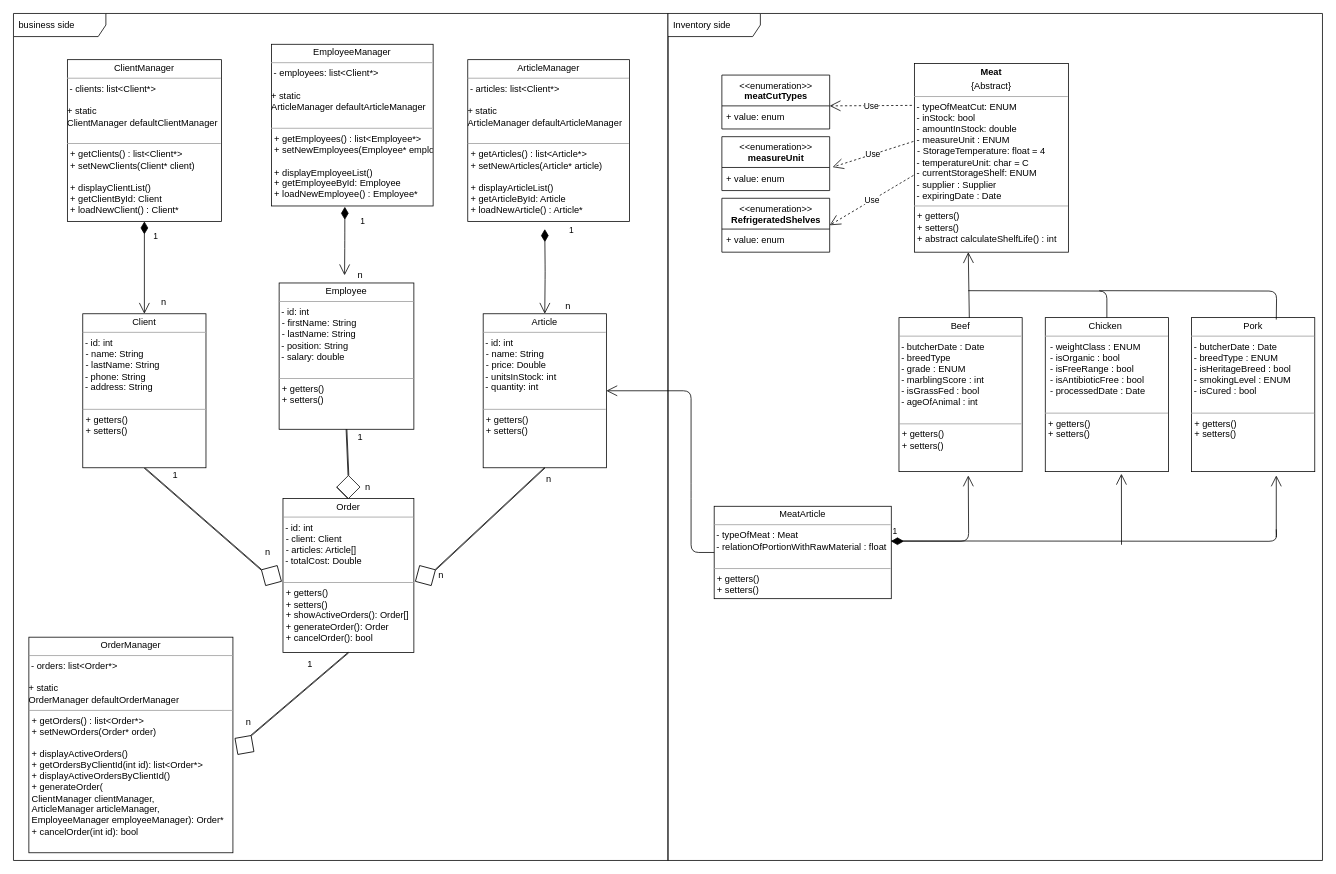
This is TrabajoFinal/app/resources/diagramaUML.drawio from Br1-O/AyED1, a draw.io file, before an edit. Source tidied: cells renumbered, new cells numbered last; positions are measured from the earlier drawing's top-left corner, leaving out a move shared by most shapes. Both pictures are drawn from the tidied source at 77%, with x=0, y=0 at pixel (13, 13).
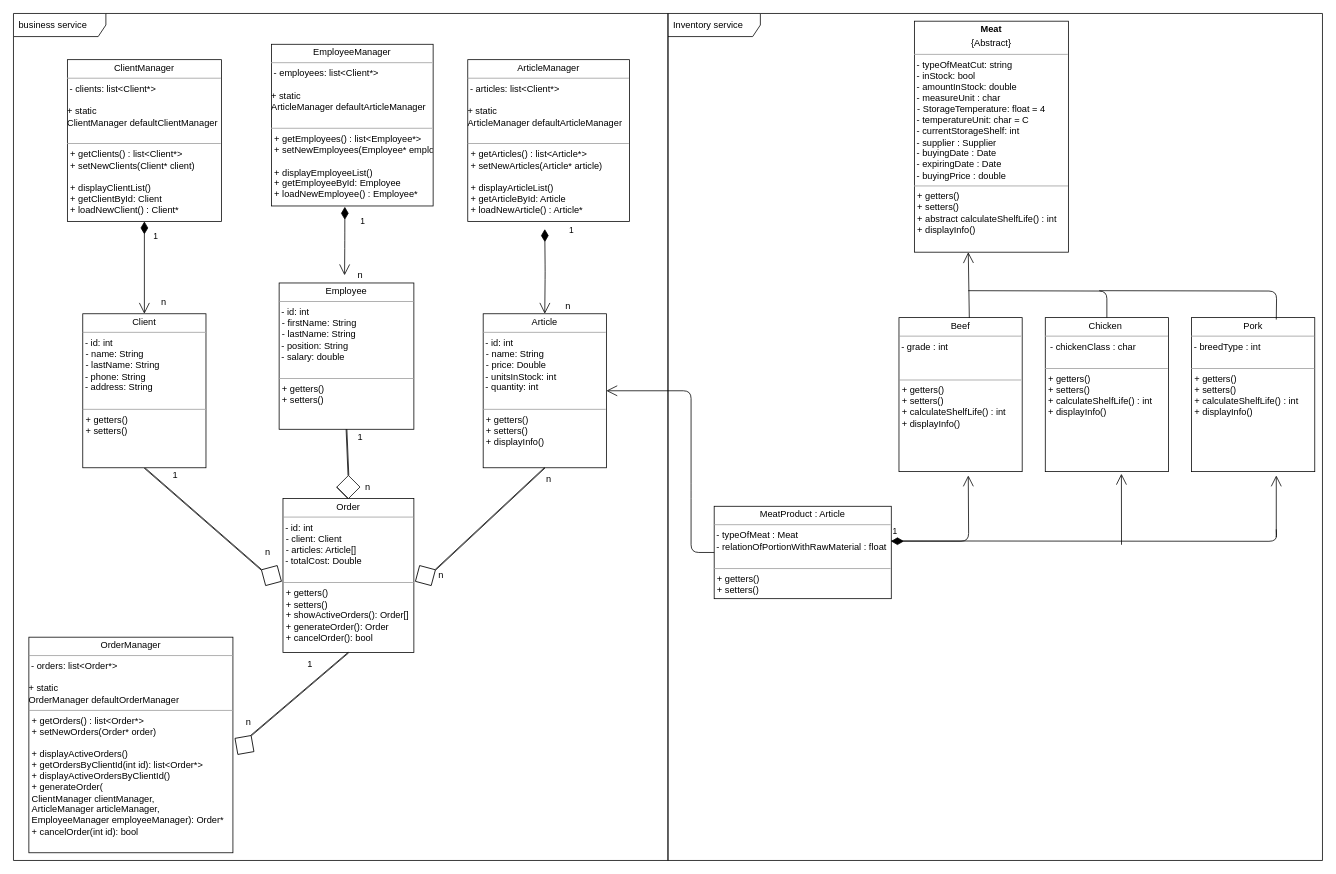
After the change.

Change to the diagram source:
```diff
@@
-    <mxCell id="4" value="&lt;p style=&quot;margin:0px;margin-top:4px;text-align:center;&quot;&gt;Article&lt;br&gt;&lt;/p&gt;&lt;hr size=&quot;1&quot;&gt;&amp;nbsp;- id: int&lt;p style=&quot;margin:0px;margin-left:4px;&quot;&gt;- name: String&lt;/p&gt;&lt;p style=&quot;margin:0px;margin-left:4px;&quot;&gt;- price: Double&lt;br&gt;&lt;/p&gt;&lt;div&gt;&amp;nbsp;- unitsInStock: int&lt;/div&gt;&lt;div&gt;&amp;nbsp;- quantity: int&lt;/div&gt;&lt;div&gt;&lt;br&gt;&lt;/div&gt;&lt;hr size=&quot;1&quot;&gt;&lt;p style=&quot;margin:0px;margin-left:4px;&quot;&gt;+ getters()&lt;/p&gt;&lt;p style=&quot;margin:0px;margin-left:4px;&quot;&gt;+ setters()&lt;/p&gt;" style="verticalAlign=top;align=left;overflow=fill;fontSize=12;fontFamily=Helvetica;html=1;" parent="1" vertex="1">
+    <mxCell id="4" value="&lt;p style=&quot;margin:0px;margin-top:4px;text-align:center;&quot;&gt;Article&lt;br&gt;&lt;/p&gt;&lt;hr size=&quot;1&quot;&gt;&amp;nbsp;- id: int&lt;p style=&quot;margin:0px;margin-left:4px;&quot;&gt;- name: String&lt;/p&gt;&lt;p style=&quot;margin:0px;margin-left:4px;&quot;&gt;- price: Double&lt;br&gt;&lt;/p&gt;&lt;div&gt;&amp;nbsp;- unitsInStock: int&lt;/div&gt;&lt;div&gt;&amp;nbsp;- quantity: int&lt;/div&gt;&lt;div&gt;&lt;br&gt;&lt;/div&gt;&lt;hr size=&quot;1&quot;&gt;&lt;p style=&quot;margin:0px;margin-left:4px;&quot;&gt;+ getters()&lt;/p&gt;&lt;p style=&quot;margin:0px;margin-left:4px;&quot;&gt;+ setters()&lt;/p&gt;&lt;p style=&quot;margin:0px;margin-left:4px;&quot;&gt;+ displayInfo()&lt;/p&gt;" style="verticalAlign=top;align=left;overflow=fill;fontSize=12;fontFamily=Helvetica;html=1;" parent="1" vertex="1">
       <mxGeometry x="610" y="390" width="160" height="200" as="geometry" />
     </mxCell>
@@
-    <mxCell id="34" value="&lt;p style=&quot;margin:0px;margin-top:4px;text-align:center;&quot;&gt;&lt;b&gt;Meat&lt;/b&gt;&lt;/p&gt;&lt;p style=&quot;margin:0px;margin-top:4px;text-align:center;&quot;&gt;{Abstract}&lt;/p&gt;&lt;hr size=&quot;1&quot;&gt;&amp;nbsp;&lt;span style=&quot;background-color: initial;&quot;&gt;- typeOfMeatCut: ENUM&lt;br&gt;&lt;/span&gt;&amp;nbsp;- inStock: bool&lt;br&gt;&amp;nbsp;- amountInStock: double&lt;br&gt;&amp;nbsp;- measureUnit : ENUM&lt;br&gt;&lt;p style=&quot;margin:0px;margin-left:4px;&quot;&gt;- StorageTemperature: float = 4&lt;br&gt;&lt;/p&gt;&lt;div&gt;&amp;nbsp;- temperatureUnit: char = C&lt;/div&gt;&lt;div&gt;&amp;nbsp;- currentStorageShelf: ENUM&lt;/div&gt;&lt;div&gt;&amp;nbsp;- supplier : Supplier&lt;/div&gt;&lt;div&gt;&lt;span style=&quot;background-color: initial;&quot;&gt;&amp;nbsp;- expiringDate : Date&lt;/span&gt;&lt;br&gt;&lt;/div&gt;&lt;hr size=&quot;1&quot;&gt;&lt;p style=&quot;margin:0px;margin-left:4px;&quot;&gt;+ getters()&lt;/p&gt;&lt;p style=&quot;margin:0px;margin-left:4px;&quot;&gt;+ setters()&lt;/p&gt;&lt;p style=&quot;margin:0px;margin-left:4px;&quot;&gt;+ abstract calculateShelfLife() : int&lt;/p&gt;" style="verticalAlign=top;align=left;overflow=fill;fontSize=12;fontFamily=Helvetica;html=1;" parent="1" vertex="1">
-      <mxGeometry x="1170" y="65" width="200" height="245" as="geometry" />
+    <mxCell id="34" value="&lt;p style=&quot;margin:0px;margin-top:4px;text-align:center;&quot;&gt;&lt;b&gt;Meat&lt;/b&gt;&lt;/p&gt;&lt;p style=&quot;margin:0px;margin-top:4px;text-align:center;&quot;&gt;{Abstract}&lt;/p&gt;&lt;hr size=&quot;1&quot;&gt;&amp;nbsp;&lt;span style=&quot;background-color: initial;&quot;&gt;- typeOfMeatCut: string&lt;br&gt;&lt;/span&gt;&amp;nbsp;- inStock: bool&lt;br&gt;&amp;nbsp;- amountInStock: double&lt;br&gt;&amp;nbsp;- measureUnit : char&lt;br&gt;&lt;p style=&quot;margin:0px;margin-left:4px;&quot;&gt;- StorageTemperature: float = 4&lt;br&gt;&lt;/p&gt;&lt;div&gt;&amp;nbsp;- temperatureUnit: char = C&lt;/div&gt;&lt;div&gt;&amp;nbsp;- currentStorageShelf: int&lt;/div&gt;&lt;div&gt;&amp;nbsp;- supplier : Supplier&lt;/div&gt;&lt;div&gt;&lt;div&gt;&lt;span style=&quot;background-color: initial;&quot;&gt;&amp;nbsp;- buyingDate : Date&lt;/span&gt;&lt;/div&gt;&lt;/div&gt;&lt;div&gt;&lt;span style=&quot;background-color: initial;&quot;&gt;&amp;nbsp;- expiringDate : Date&lt;/span&gt;&lt;br&gt;&lt;/div&gt;&lt;div&gt;&lt;span style=&quot;background-color: initial;&quot;&gt;&amp;nbsp;- buyingPrice : double&lt;/span&gt;&lt;/div&gt;&lt;hr size=&quot;1&quot;&gt;&lt;p style=&quot;margin:0px;margin-left:4px;&quot;&gt;+ getters()&lt;/p&gt;&lt;p style=&quot;margin:0px;margin-left:4px;&quot;&gt;+ setters()&lt;/p&gt;&lt;p style=&quot;margin:0px;margin-left:4px;&quot;&gt;+ abstract calculateShelfLife() : int&lt;/p&gt;&lt;p style=&quot;margin:0px;margin-left:4px;&quot;&gt;+ displayInfo()&lt;/p&gt;" style="verticalAlign=top;align=left;overflow=fill;fontSize=12;fontFamily=Helvetica;html=1;" parent="1" vertex="1">
+      <mxGeometry x="1170" y="10" width="200" height="300" as="geometry" />
     </mxCell>
-    <mxCell id="35" value="Use" style="endArrow=open;endSize=12;dashed=1;html=1;exitX=-0.016;exitY=0.222;exitDx=0;exitDy=0;exitPerimeter=0;" parent="1" edge="1" source="34">
-      <mxGeometry relative="1" as="geometry">
-        <mxPoint x="1060" y="120" as="targetPoint" />
-      </mxGeometry>
-    </mxCell>
-    <mxCell id="36" value="Use" style="endArrow=open;endSize=12;dashed=1;html=1;entryX=1;entryY=0.5;entryDx=0;entryDy=0;exitX=-0.006;exitY=0.593;exitDx=0;exitDy=0;exitPerimeter=0;" parent="1" edge="1" source="34" target="39">
-      <mxGeometry relative="1" as="geometry" />
-    </mxCell>
-    <mxCell id="37" value="&amp;lt;&amp;lt;enumeration&amp;gt;&amp;gt;&lt;br&gt;&lt;b&gt;meatCutTypes&lt;/b&gt;" style="swimlane;fontStyle=0;align=center;verticalAlign=top;horizontal=1;startSize=40;html=1;" parent="1" vertex="1">
-      <mxGeometry x="920" y="80" width="140" height="70" as="geometry" />
-    </mxCell>
-    <mxCell id="38" value="+ value: enum" style="text;html=1;strokeColor=none;fillColor=none;align=left;verticalAlign=middle;spacingLeft=4;spacingRight=4;overflow=hidden;" parent="37" vertex="1">
-      <mxGeometry y="40" width="140" height="30" as="geometry" />
-    </mxCell>
-    <mxCell id="39" value="&amp;lt;&amp;lt;enumeration&amp;gt;&amp;gt;&lt;br&gt;&lt;b&gt;RefrigeratedShelves&lt;/b&gt;" style="swimlane;fontStyle=0;align=center;verticalAlign=top;horizontal=1;startSize=40;html=1;" parent="1" vertex="1">
-      <mxGeometry x="920" y="240" width="140" height="70" as="geometry" />
-    </mxCell>
-    <mxCell id="40" value="+ value: enum" style="text;html=1;strokeColor=none;fillColor=none;align=left;verticalAlign=middle;spacingLeft=4;spacingRight=4;overflow=hidden;" parent="39" vertex="1">
-      <mxGeometry y="40" width="140" height="30" as="geometry" />
-    </mxCell>
-    <mxCell id="41" value="&lt;p style=&quot;margin:0px;margin-top:4px;text-align:center;&quot;&gt;MeatArticle&lt;br&gt;&lt;/p&gt;&lt;hr size=&quot;1&quot;&gt;&amp;nbsp;- typeOfMeat : Meat&lt;br&gt;&amp;nbsp;- relationOfPortionWithRawMaterial : float&lt;br&gt;&lt;div&gt;&lt;br&gt;&lt;/div&gt;&lt;hr size=&quot;1&quot;&gt;&lt;p style=&quot;margin:0px;margin-left:4px;&quot;&gt;+ getters()&lt;/p&gt;&lt;p style=&quot;margin:0px;margin-left:4px;&quot;&gt;+ setters()&lt;/p&gt;" style="verticalAlign=top;align=left;overflow=fill;fontSize=12;fontFamily=Helvetica;html=1;" parent="1" vertex="1">
+    <mxCell id="41" value="&lt;p style=&quot;margin:0px;margin-top:4px;text-align:center;&quot;&gt;MeatProduct : Article&lt;br&gt;&lt;/p&gt;&lt;hr size=&quot;1&quot;&gt;&amp;nbsp;- typeOfMeat : Meat&lt;br&gt;&amp;nbsp;- relationOfPortionWithRawMaterial : float&lt;br&gt;&lt;div&gt;&lt;br&gt;&lt;/div&gt;&lt;hr size=&quot;1&quot;&gt;&lt;p style=&quot;margin:0px;margin-left:4px;&quot;&gt;+ getters()&lt;/p&gt;&lt;p style=&quot;margin:0px;margin-left:4px;&quot;&gt;+ setters()&lt;/p&gt;" style="verticalAlign=top;align=left;overflow=fill;fontSize=12;fontFamily=Helvetica;html=1;" parent="1" vertex="1">
       <mxGeometry x="910" y="640" width="230" height="120" as="geometry" />
     </mxCell>
-    <mxCell id="42" value="&lt;p style=&quot;margin:0px;margin-top:4px;text-align:center;&quot;&gt;Chicken&amp;nbsp;&lt;br&gt;&lt;/p&gt;&lt;hr size=&quot;1&quot;&gt;&amp;nbsp; - weightClass : ENUM&lt;br&gt;&amp;nbsp; - isOrganic : bool&lt;br&gt;&amp;nbsp; - isFreeRange : bool&lt;br&gt;&amp;nbsp; - isAntibioticFree : bool&lt;br&gt;&amp;nbsp; - processedDate : Date&lt;br&gt;&lt;br&gt;&lt;hr size=&quot;1&quot;&gt;&lt;p style=&quot;margin:0px;margin-left:4px;&quot;&gt;+ getters()&lt;/p&gt;&lt;p style=&quot;margin:0px;margin-left:4px;&quot;&gt;+ setters()&lt;/p&gt;" style="verticalAlign=top;align=left;overflow=fill;fontSize=12;fontFamily=Helvetica;html=1;" parent="1" vertex="1">
+    <mxCell id="42" value="&lt;p style=&quot;margin:0px;margin-top:4px;text-align:center;&quot;&gt;Chicken&amp;nbsp;&lt;br&gt;&lt;/p&gt;&lt;hr size=&quot;1&quot;&gt;&amp;nbsp; - chickenClass : char&lt;br&gt;&lt;br&gt;&lt;hr size=&quot;1&quot;&gt;&lt;p style=&quot;margin:0px;margin-left:4px;&quot;&gt;+ getters()&lt;/p&gt;&lt;p style=&quot;margin:0px;margin-left:4px;&quot;&gt;+ setters()&lt;/p&gt;&lt;p style=&quot;margin:0px;margin-left:4px;&quot;&gt;+ calculateShelfLife() : int&lt;br&gt;&lt;/p&gt;&lt;p style=&quot;margin:0px;margin-left:4px;&quot;&gt;+ displayInfo()&lt;br&gt;&lt;/p&gt;" style="verticalAlign=top;align=left;overflow=fill;fontSize=12;fontFamily=Helvetica;html=1;" parent="1" vertex="1">
       <mxGeometry x="1340" y="395" width="160" height="200" as="geometry" />
     </mxCell>
-    <mxCell id="43" value="&amp;lt;&amp;lt;enumeration&amp;gt;&amp;gt;&lt;br&gt;&lt;b&gt;measureUnit&lt;/b&gt;" style="swimlane;fontStyle=0;align=center;verticalAlign=top;horizontal=1;startSize=40;html=1;" parent="1" vertex="1">
-      <mxGeometry x="920" y="160" width="140" height="70" as="geometry" />
-    </mxCell>
-    <mxCell id="44" value="+ value: enum" style="text;html=1;strokeColor=none;fillColor=none;align=left;verticalAlign=middle;spacingLeft=4;spacingRight=4;overflow=hidden;points=[[0,0.5],[1,0.5]];portConstraint=eastwest;" parent="43" vertex="1">
-      <mxGeometry y="40" width="140" height="30" as="geometry" />
-    </mxCell>
-    <mxCell id="45" value="Use" style="endArrow=open;endSize=12;dashed=1;html=1;entryX=1.027;entryY=-0.016;entryDx=0;entryDy=0;entryPerimeter=0;exitX=-0.006;exitY=0.413;exitDx=0;exitDy=0;exitPerimeter=0;" parent="1" edge="1" source="34" target="44">
-      <mxGeometry relative="1" as="geometry" />
-    </mxCell>
-    <mxCell id="46" value="&lt;p style=&quot;margin:0px;margin-top:4px;text-align:center;&quot;&gt;Beef&lt;br&gt;&lt;/p&gt;&lt;hr size=&quot;1&quot;&gt;&lt;span style=&quot;background-color: initial;&quot;&gt;&amp;nbsp;- butcherDate : Date&lt;br&gt;&lt;/span&gt;&amp;nbsp;- breedType&lt;br&gt;&amp;nbsp;- grade : ENUM&lt;br&gt;&amp;nbsp;- marblingScore : int&lt;br&gt;&amp;nbsp;- isGrassFed : bool&lt;br&gt;&amp;nbsp;- ageOfAnimal : int&lt;br&gt;&lt;br&gt;&lt;hr size=&quot;1&quot;&gt;&lt;p style=&quot;margin:0px;margin-left:4px;&quot;&gt;+ getters()&lt;/p&gt;&lt;p style=&quot;margin:0px;margin-left:4px;&quot;&gt;+ setters()&lt;/p&gt;" style="verticalAlign=top;align=left;overflow=fill;fontSize=12;fontFamily=Helvetica;html=1;" parent="1" vertex="1">
+    <mxCell id="46" value="&lt;p style=&quot;margin:0px;margin-top:4px;text-align:center;&quot;&gt;Beef&lt;br&gt;&lt;/p&gt;&lt;hr size=&quot;1&quot;&gt;&amp;nbsp;- grade : int&lt;br&gt;&amp;nbsp;&lt;br&gt;&lt;br&gt;&lt;hr size=&quot;1&quot;&gt;&lt;p style=&quot;margin:0px;margin-left:4px;&quot;&gt;+ getters()&lt;/p&gt;&lt;p style=&quot;margin:0px;margin-left:4px;&quot;&gt;+ setters()&lt;/p&gt;&lt;p style=&quot;margin:0px;margin-left:4px;&quot;&gt;+ calculateShelfLife() : int&lt;/p&gt;&lt;p style=&quot;margin:0px;margin-left:4px;&quot;&gt;+ displayInfo()&lt;/p&gt;" style="verticalAlign=top;align=left;overflow=fill;fontSize=12;fontFamily=Helvetica;html=1;" parent="1" vertex="1">
       <mxGeometry x="1150" y="395" width="160" height="200" as="geometry" />
     </mxCell>
-    <mxCell id="47" value="&lt;p style=&quot;margin:0px;margin-top:4px;text-align:center;&quot;&gt;Pork&lt;br&gt;&lt;/p&gt;&lt;hr size=&quot;1&quot;&gt;&amp;nbsp;- butcherDate : Date&lt;br&gt;&amp;nbsp;- breedType : ENUM&lt;br&gt;&amp;nbsp;- isHeritageBreed : bool&lt;br&gt;&amp;nbsp;- smokingLevel : ENUM&lt;br&gt;&amp;nbsp;- isCured : bool&lt;br&gt;&lt;br&gt;&lt;hr size=&quot;1&quot;&gt;&lt;p style=&quot;margin:0px;margin-left:4px;&quot;&gt;+ getters()&lt;/p&gt;&lt;p style=&quot;margin:0px;margin-left:4px;&quot;&gt;+ setters()&lt;/p&gt;" style="verticalAlign=top;align=left;overflow=fill;fontSize=12;fontFamily=Helvetica;html=1;" parent="1" vertex="1">
+    <mxCell id="47" value="&lt;p style=&quot;margin:0px;margin-top:4px;text-align:center;&quot;&gt;Pork&lt;br&gt;&lt;/p&gt;&lt;hr size=&quot;1&quot;&gt;&amp;nbsp;- breedType : int&lt;br&gt;&lt;br&gt;&lt;hr size=&quot;1&quot;&gt;&lt;p style=&quot;margin:0px;margin-left:4px;&quot;&gt;+ getters()&lt;/p&gt;&lt;p style=&quot;margin:0px;margin-left:4px;&quot;&gt;+ setters()&lt;/p&gt;&lt;p style=&quot;margin:0px;margin-left:4px;&quot;&gt;+ calculateShelfLife() : int&lt;br&gt;&lt;/p&gt;&lt;p style=&quot;margin:0px;margin-left:4px;&quot;&gt;+ displayInfo()&lt;br&gt;&lt;/p&gt;" style="verticalAlign=top;align=left;overflow=fill;fontSize=12;fontFamily=Helvetica;html=1;" parent="1" vertex="1">
       <mxGeometry x="1530" y="395" width="160" height="200" as="geometry" />
     </mxCell>
@@
-    <mxCell id="56" value="business side" style="shape=umlFrame;whiteSpace=wrap;html=1;width=120;height=30;boundedLbl=1;verticalAlign=middle;align=left;spacingLeft=5;" parent="1" vertex="1">
-      <mxGeometry width="850" height="1100" as="geometry" />
-    </mxCell>
-    <mxCell id="57" value="Inventory side" style="shape=umlFrame;whiteSpace=wrap;html=1;width=120;height=30;boundedLbl=1;verticalAlign=middle;align=left;spacingLeft=5;" parent="1" vertex="1">
+    <mxCell id="57" value="Inventory service" style="shape=umlFrame;whiteSpace=wrap;html=1;width=120;height=30;boundedLbl=1;verticalAlign=middle;align=left;spacingLeft=5;" parent="1" vertex="1">
       <mxGeometry x="850" width="850" height="1100" as="geometry" />
     </mxCell>
+    <mxCell id="58" value="business service" style="shape=umlFrame;whiteSpace=wrap;html=1;width=120;height=30;boundedLbl=1;verticalAlign=middle;align=left;spacingLeft=5;" parent="1" vertex="1">
+      <mxGeometry width="850" height="1100" as="geometry" />
+    </mxCell>
```
